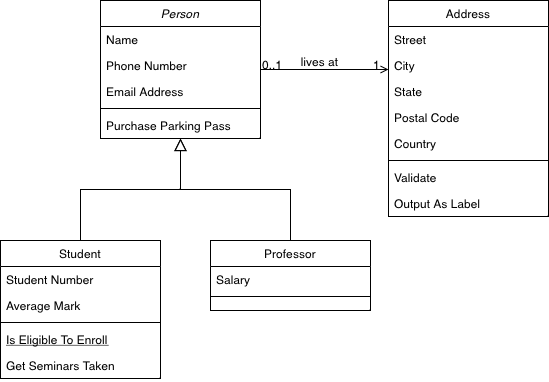
Earlier version of the draw.io export Resume.drawio.png (ncheusov/basejava). Source tidied: cells renumbered, new cells last; positions are measured from the earlier drawing's top-left corner, leaving out a move shared by most shapes. Source of this version:
```xml
<mxGraphModel>
  <root>
    <mxCell id="0" />
    <mxCell id="1" parent="0" />
    <mxCell id="2" value="Person" style="swimlane;fontStyle=2;align=center;verticalAlign=top;horizontal=1;startSize=26;rounded=0;shadow=0;strokeWidth=1;" parent="1" vertex="1">
      <mxGeometry x="100" width="160" height="138" as="geometry" />
    </mxCell>
    <mxCell id="3" value="Name" style="text;align=left;verticalAlign=top;spacingLeft=4;spacingRight=4;overflow=hidden;" parent="2" vertex="1">
      <mxGeometry y="26" width="160" height="26" as="geometry" />
    </mxCell>
    <mxCell id="4" value="Phone Number" style="text;align=left;verticalAlign=top;spacingLeft=4;spacingRight=4;overflow=hidden;rounded=0;shadow=0;html=0;" parent="2" vertex="1">
      <mxGeometry y="52" width="160" height="26" as="geometry" />
    </mxCell>
    <mxCell id="5" value="Email Address" style="text;align=left;verticalAlign=top;spacingLeft=4;spacingRight=4;overflow=hidden;rounded=0;shadow=0;html=0;" parent="2" vertex="1">
      <mxGeometry y="78" width="160" height="26" as="geometry" />
    </mxCell>
    <mxCell id="6" style="line;html=1;strokeWidth=1;align=left;verticalAlign=middle;spacingTop=-1;spacingLeft=3;spacingRight=3;labelPosition=right;" parent="2" vertex="1">
      <mxGeometry y="104" width="160" height="8" as="geometry" />
    </mxCell>
    <mxCell id="7" value="Purchase Parking Pass" style="text;align=left;verticalAlign=top;spacingLeft=4;spacingRight=4;overflow=hidden;" parent="2" vertex="1">
      <mxGeometry y="112" width="160" height="26" as="geometry" />
    </mxCell>
    <mxCell id="8" value="Student" style="swimlane;fontStyle=0;align=center;verticalAlign=top;horizontal=1;startSize=26;rounded=0;shadow=0;strokeWidth=1;" parent="1" vertex="1">
      <mxGeometry y="240" width="160" height="138" as="geometry" />
    </mxCell>
    <mxCell id="9" value="Student Number" style="text;align=left;verticalAlign=top;spacingLeft=4;spacingRight=4;overflow=hidden;" parent="8" vertex="1">
      <mxGeometry y="26" width="160" height="26" as="geometry" />
    </mxCell>
    <mxCell id="10" value="Average Mark" style="text;align=left;verticalAlign=top;spacingLeft=4;spacingRight=4;overflow=hidden;rounded=0;shadow=0;html=0;" parent="8" vertex="1">
      <mxGeometry y="52" width="160" height="26" as="geometry" />
    </mxCell>
    <mxCell id="11" style="line;html=1;strokeWidth=1;align=left;verticalAlign=middle;spacingTop=-1;spacingLeft=3;spacingRight=3;labelPosition=right;" parent="8" vertex="1">
      <mxGeometry y="78" width="160" height="8" as="geometry" />
    </mxCell>
    <mxCell id="12" value="Is Eligible To Enroll" style="text;align=left;verticalAlign=top;spacingLeft=4;spacingRight=4;overflow=hidden;fontStyle=4;" parent="8" vertex="1">
      <mxGeometry y="86" width="160" height="26" as="geometry" />
    </mxCell>
    <mxCell id="13" value="Get Seminars Taken" style="text;align=left;verticalAlign=top;spacingLeft=4;spacingRight=4;overflow=hidden;" parent="8" vertex="1">
      <mxGeometry y="112" width="160" height="26" as="geometry" />
    </mxCell>
    <mxCell id="14" style="endArrow=block;endSize=10;endFill=0;shadow=0;strokeWidth=1;rounded=0;edgeStyle=elbowEdgeStyle;elbow=vertical;" parent="1" edge="1" source="8" target="2">
      <mxGeometry relative="1" as="geometry" />
    </mxCell>
    <mxCell id="15" value="Professor" style="swimlane;fontStyle=0;align=center;verticalAlign=top;horizontal=1;startSize=26;rounded=0;shadow=0;strokeWidth=1;" parent="1" vertex="1">
      <mxGeometry x="210" y="240" width="160" height="70" as="geometry" />
    </mxCell>
    <mxCell id="16" value="Salary" style="text;align=left;verticalAlign=top;spacingLeft=4;spacingRight=4;overflow=hidden;" parent="15" vertex="1">
      <mxGeometry y="26" width="160" height="26" as="geometry" />
    </mxCell>
    <mxCell id="17" style="line;html=1;strokeWidth=1;align=left;verticalAlign=middle;spacingTop=-1;spacingLeft=3;spacingRight=3;labelPosition=right;" parent="15" vertex="1">
      <mxGeometry y="52" width="160" height="8" as="geometry" />
    </mxCell>
    <mxCell id="18" style="endArrow=block;endSize=10;endFill=0;shadow=0;strokeWidth=1;rounded=0;edgeStyle=elbowEdgeStyle;elbow=vertical;" parent="1" edge="1" source="15" target="2">
      <mxGeometry relative="1" as="geometry" />
    </mxCell>
    <mxCell id="19" value="Address" style="swimlane;fontStyle=0;align=center;verticalAlign=top;horizontal=1;startSize=26;rounded=0;shadow=0;strokeWidth=1;" parent="1" vertex="1">
      <mxGeometry x="388" width="160" height="216" as="geometry" />
    </mxCell>
    <mxCell id="20" value="Street" style="text;align=left;verticalAlign=top;spacingLeft=4;spacingRight=4;overflow=hidden;" parent="19" vertex="1">
      <mxGeometry y="26" width="160" height="26" as="geometry" />
    </mxCell>
    <mxCell id="21" value="City" style="text;align=left;verticalAlign=top;spacingLeft=4;spacingRight=4;overflow=hidden;rounded=0;shadow=0;html=0;" parent="19" vertex="1">
      <mxGeometry y="52" width="160" height="26" as="geometry" />
    </mxCell>
    <mxCell id="22" value="State" style="text;align=left;verticalAlign=top;spacingLeft=4;spacingRight=4;overflow=hidden;rounded=0;shadow=0;html=0;" parent="19" vertex="1">
      <mxGeometry y="78" width="160" height="26" as="geometry" />
    </mxCell>
    <mxCell id="23" value="Postal Code" style="text;align=left;verticalAlign=top;spacingLeft=4;spacingRight=4;overflow=hidden;rounded=0;shadow=0;html=0;" parent="19" vertex="1">
      <mxGeometry y="104" width="160" height="26" as="geometry" />
    </mxCell>
    <mxCell id="24" value="Country" style="text;align=left;verticalAlign=top;spacingLeft=4;spacingRight=4;overflow=hidden;rounded=0;shadow=0;html=0;" parent="19" vertex="1">
      <mxGeometry y="130" width="160" height="26" as="geometry" />
    </mxCell>
    <mxCell id="25" style="line;html=1;strokeWidth=1;align=left;verticalAlign=middle;spacingTop=-1;spacingLeft=3;spacingRight=3;labelPosition=right;" parent="19" vertex="1">
      <mxGeometry y="156" width="160" height="8" as="geometry" />
    </mxCell>
    <mxCell id="26" value="Validate" style="text;align=left;verticalAlign=top;spacingLeft=4;spacingRight=4;overflow=hidden;" parent="19" vertex="1">
      <mxGeometry y="164" width="160" height="26" as="geometry" />
    </mxCell>
    <mxCell id="27" value="Output As Label" style="text;align=left;verticalAlign=top;spacingLeft=4;spacingRight=4;overflow=hidden;" parent="19" vertex="1">
      <mxGeometry y="190" width="160" height="26" as="geometry" />
    </mxCell>
    <mxCell id="28" style="endArrow=open;shadow=0;strokeWidth=1;rounded=0;endFill=1;edgeStyle=elbowEdgeStyle;elbow=vertical;" parent="1" edge="1" source="2" target="19">
      <mxGeometry x="0.5" y="41" relative="1" as="geometry">
        <mxPoint x="-40" y="32" as="offset" />
      </mxGeometry>
    </mxCell>
    <mxCell id="29" value="0..1" style="align=left;verticalAlign=bottom;labelBackgroundColor=none;fontSize=12;" parent="28" vertex="1">
      <mxGeometry x="-1" relative="1" as="geometry">
        <mxPoint y="4" as="offset" />
      </mxGeometry>
    </mxCell>
    <mxCell id="30" value="1" style="align=right;verticalAlign=bottom;labelBackgroundColor=none;fontSize=12;" parent="28" vertex="1">
      <mxGeometry x="1" relative="1" as="geometry">
        <mxPoint x="-7" y="4" as="offset" />
      </mxGeometry>
    </mxCell>
    <mxCell id="31" value="lives at" style="text;html=1;align=center;verticalAlign=middle;labelBackgroundColor=none;rounded=0;shadow=0;strokeWidth=1;fontSize=12;" parent="28" vertex="1">
      <mxGeometry x="0.5" y="49" relative="1" as="geometry">
        <mxPoint x="-38" y="40" as="offset" />
      </mxGeometry>
    </mxCell>
  </root>
</mxGraphModel>
```
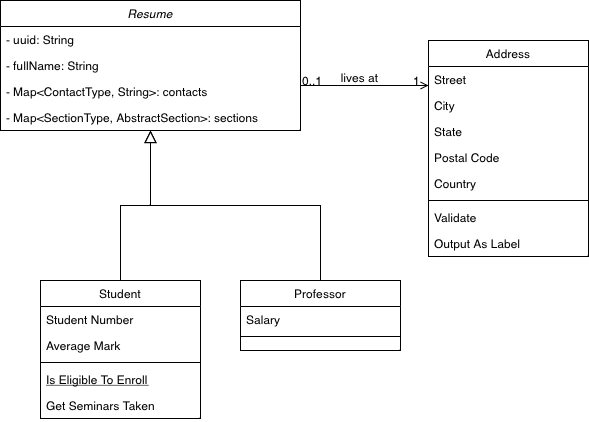
Later version of the same file.

Change to the diagram source:
```diff
@@ -2,24 +2,21 @@
   <root>
     <mxCell id="0" />
     <mxCell id="1" parent="0" />
-    <mxCell id="2" value="Person" style="swimlane;fontStyle=2;align=center;verticalAlign=top;horizontal=1;startSize=26;rounded=0;shadow=0;strokeWidth=1;" parent="1" vertex="1">
-      <mxGeometry x="100" width="160" height="138" as="geometry" />
+    <mxCell id="2" value="Resume&#10;" style="swimlane;fontStyle=2;align=center;verticalAlign=top;horizontal=1;startSize=26;rounded=0;shadow=0;strokeWidth=1;" parent="1" vertex="1">
+      <mxGeometry x="-40" y="-40" width="300" height="130" as="geometry" />
     </mxCell>
-    <mxCell id="3" value="Name" style="text;align=left;verticalAlign=top;spacingLeft=4;spacingRight=4;overflow=hidden;" parent="2" vertex="1">
-      <mxGeometry y="26" width="160" height="26" as="geometry" />
+    <mxCell id="3" value="- uuid: String" style="text;align=left;verticalAlign=top;spacingLeft=4;spacingRight=4;overflow=hidden;" parent="2" vertex="1">
+      <mxGeometry y="26" width="300" height="26" as="geometry" />
     </mxCell>
-    <mxCell id="4" value="Phone Number" style="text;align=left;verticalAlign=top;spacingLeft=4;spacingRight=4;overflow=hidden;rounded=0;shadow=0;html=0;" parent="2" vertex="1">
-      <mxGeometry y="52" width="160" height="26" as="geometry" />
+    <mxCell id="4" value="- fullName: String" style="text;align=left;verticalAlign=top;spacingLeft=4;spacingRight=4;overflow=hidden;rounded=0;shadow=0;html=0;" parent="2" vertex="1">
+      <mxGeometry y="52" width="300" height="26" as="geometry" />
     </mxCell>
-    <mxCell id="5" value="Email Address" style="text;align=left;verticalAlign=top;spacingLeft=4;spacingRight=4;overflow=hidden;rounded=0;shadow=0;html=0;" parent="2" vertex="1">
-      <mxGeometry y="78" width="160" height="26" as="geometry" />
+    <mxCell id="5" value="- Map&lt;ContactType, String&gt;: contacts" style="text;align=left;verticalAlign=top;spacingLeft=4;spacingRight=4;overflow=hidden;rounded=0;shadow=0;html=0;" parent="2" vertex="1">
+      <mxGeometry y="78" width="300" height="26" as="geometry" />
     </mxCell>
-    <mxCell id="6" style="line;html=1;strokeWidth=1;align=left;verticalAlign=middle;spacingTop=-1;spacingLeft=3;spacingRight=3;labelPosition=right;" parent="2" vertex="1">
-      <mxGeometry y="104" width="160" height="8" as="geometry" />
-    </mxCell>
-    <mxCell id="7" value="Purchase Parking Pass" style="text;align=left;verticalAlign=top;spacingLeft=4;spacingRight=4;overflow=hidden;" parent="2" vertex="1">
-      <mxGeometry y="112" width="160" height="26" as="geometry" />
-    </mxCell>
+    <mxCell id="32" value="- Map&lt;SectionType, AbstractSection&gt;: sections" style="text;align=left;verticalAlign=top;spacingLeft=4;spacingRight=4;overflow=hidden;rounded=0;shadow=0;html=0;" parent="2" vertex="1">
+      <mxGeometry y="104" width="300" height="26" as="geometry" />
+    </mxCell>
     <mxCell id="8" value="Student" style="swimlane;fontStyle=0;align=center;verticalAlign=top;horizontal=1;startSize=26;rounded=0;shadow=0;strokeWidth=1;" parent="1" vertex="1">
       <mxGeometry y="240" width="160" height="138" as="geometry" />
     </mxCell>
@@ -42,7 +39,7 @@
       <mxGeometry relative="1" as="geometry" />
     </mxCell>
     <mxCell id="15" value="Professor" style="swimlane;fontStyle=0;align=center;verticalAlign=top;horizontal=1;startSize=26;rounded=0;shadow=0;strokeWidth=1;" parent="1" vertex="1">
-      <mxGeometry x="210" y="240" width="160" height="70" as="geometry" />
+      <mxGeometry x="200" y="240" width="160" height="70" as="geometry" />
     </mxCell>
     <mxCell id="16" value="Salary" style="text;align=left;verticalAlign=top;spacingLeft=4;spacingRight=4;overflow=hidden;" parent="15" vertex="1">
       <mxGeometry y="26" width="160" height="26" as="geometry" />
```
